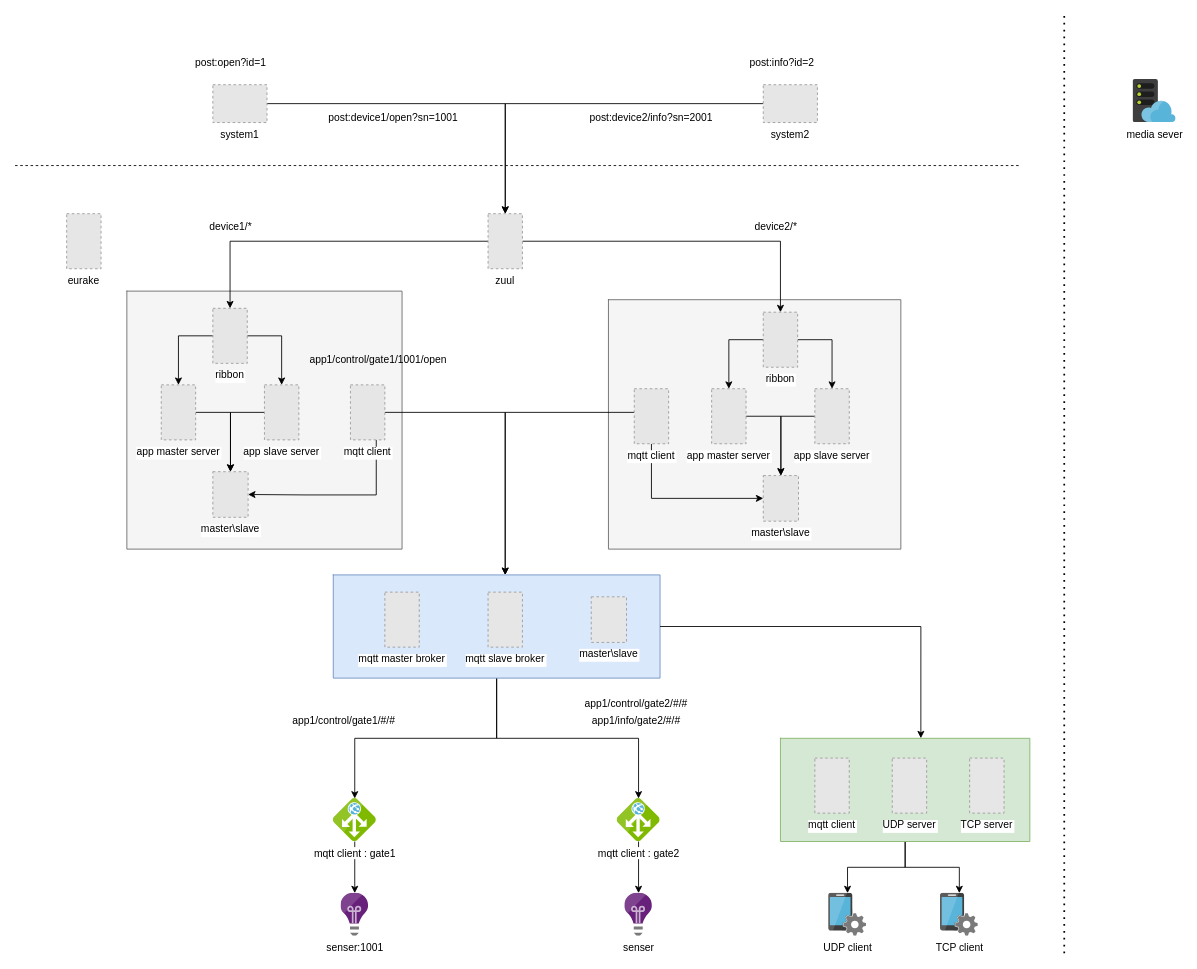
Earlier version of the draw.io diagram Untitled Diagram.drawio (luiprw/test1). Source tidied: cells renumbered, new cells numbered last; positions are measured from the earlier drawing's top-left corner, leaving out a move shared by most shapes. Both pictures are drawn from the tidied source at 86%, with x=0, y=0 at pixel (15, 15). Pictures stored in the file or linked from it are replaced by grey dashed boxes.
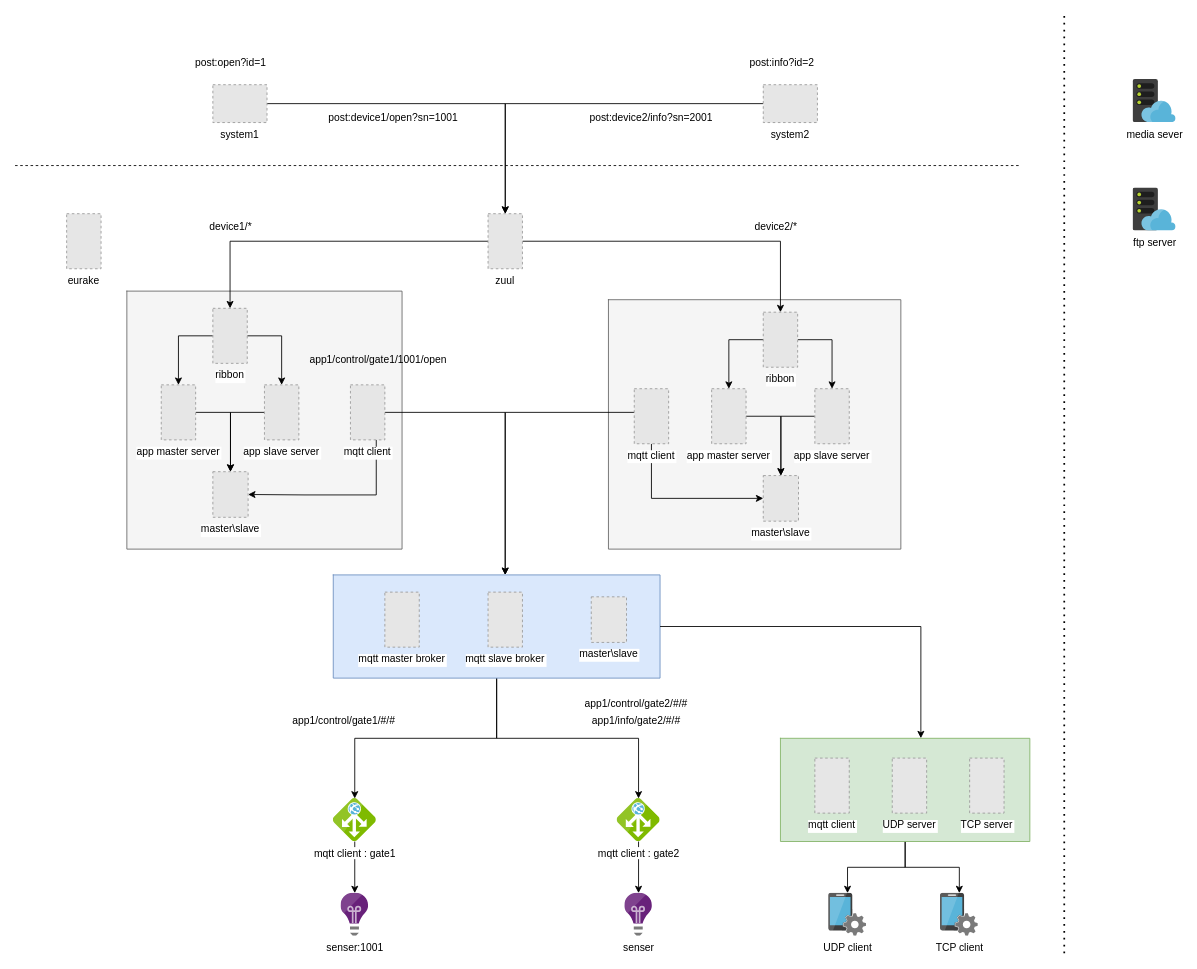
After the change.

The edit, as a diff of the source:
```diff
@@
+    <mxCell id="77" value="ftp server" style="html=1;align=center;image;fontSize=12;image=img/lib/mscae/WebHosting.svg;" parent="1" vertex="1">
+      <mxGeometry x="1300" y="200" width="50" height="50" as="geometry" />
+    </mxCell>
```
